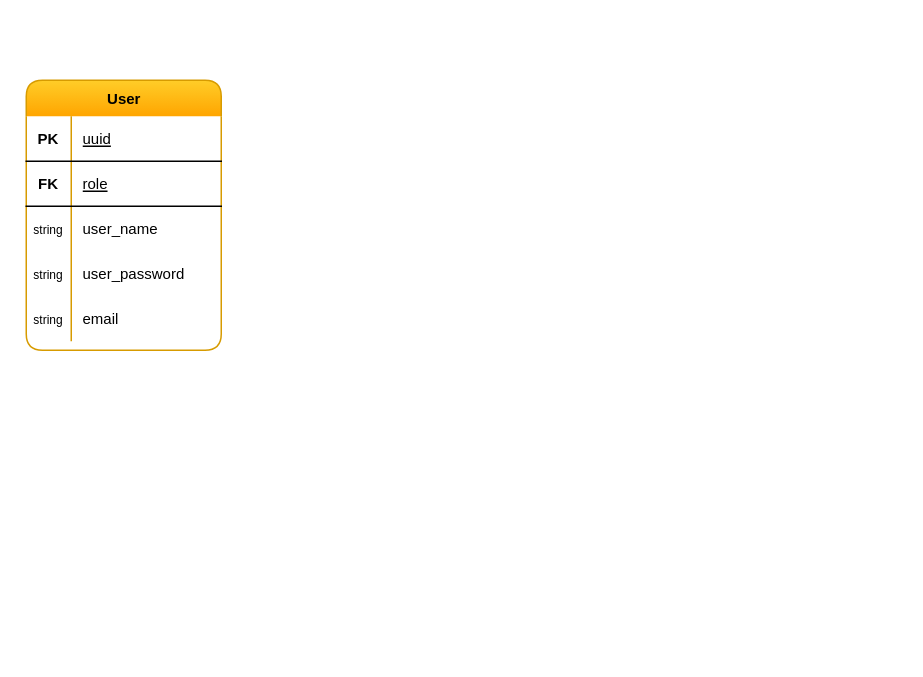
Above: diagrama-relaciones.drawio in danielCastaneda23/backend-prueba-tecnica (draw.io), before the change. Source tidied: cells renumbered, new cells numbered last; positions are measured from the earlier drawing's top-left corner, leaving out a move shared by most shapes. Both pictures are drawn from the tidied source at 150%, with x=0, y=0 at pixel (26, 80).
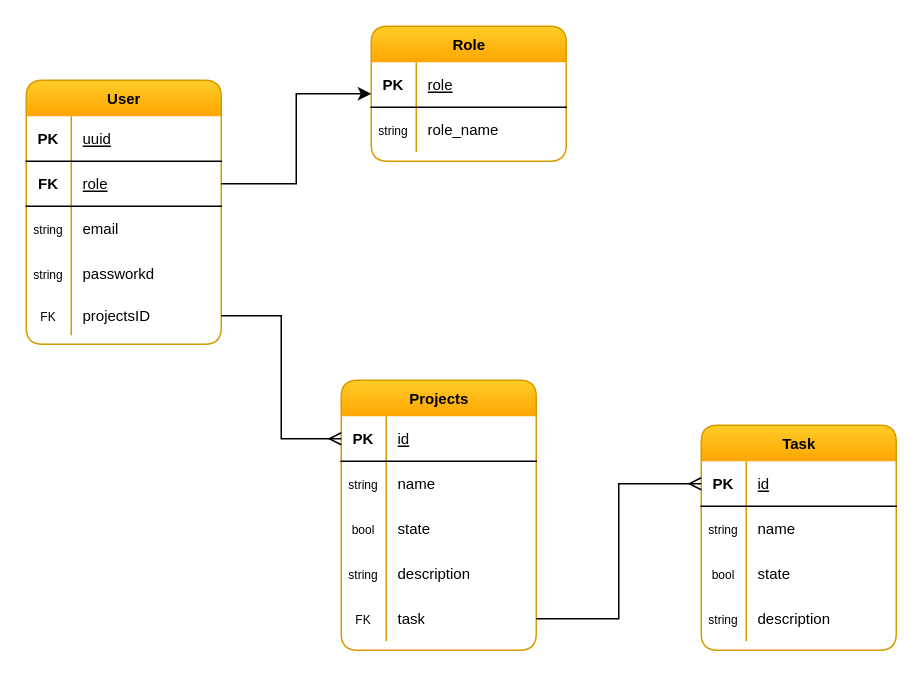
The same diagram, later.

Unchanged cells that the change refers to:
```xml
<mxCell id="6" style="shape=tableRow;horizontal=0;startSize=0;swimlaneHead=0;swimlaneBody=0;fillColor=none;points=[[0,0.5],[1,0.5]];portConstraint=eastwest;top=0;left=0;right=0;bottom=1;swimlaneLine=1;" parent="2" vertex="1">
  <mxGeometry y="54" width="130" height="30" as="geometry" />
</mxCell>
<mxCell id="9" style="shape=tableRow;horizontal=0;startSize=0;swimlaneHead=0;swimlaneBody=0;fillColor=none;top=0;left=0;right=0;bottom=0;swimlaneLine=1;" parent="2" vertex="1">
  <mxGeometry y="84" width="130" height="30" as="geometry" />
</mxCell>
<mxCell id="12" style="shape=tableRow;horizontal=0;startSize=0;swimlaneHead=0;swimlaneBody=0;fillColor=none;top=0;left=0;right=0;bottom=0;swimlaneLine=1;" parent="2" vertex="1">
  <mxGeometry y="114" width="130" height="30" as="geometry" />
</mxCell>
```

Diff of the diagram source:
```diff
@@
     <mxCell id="2" value="&lt;font style=&quot;font-size: 10px;&quot;&gt;User&lt;/font&gt;" style="shape=table;startSize=24;childLayout=tableLayout;rowLines=0;fontStyle=1;align=center;html=1;swimlaneLine=0;rounded=1;fillColor=#ffcd28;strokeColor=#d79b00;gradientColor=#ffa500;fillStyle=auto;shadow=0;" parent="1" vertex="1">
-      <mxGeometry width="130" height="180" as="geometry" />
+      <mxGeometry width="130" height="176" as="geometry" />
     </mxCell>
@@
-    <mxCell id="11" value="&lt;font style=&quot;font-size: 10px;&quot;&gt;user_name&lt;/font&gt;" style="shape=partialRectangle;fillColor=none;top=0;left=0;bottom=0;right=0;align=left;spacingLeft=6;overflow=hidden;whiteSpace=wrap;html=1;swimlaneLine=1;" parent="9" vertex="1">
+    <mxCell id="11" value="&lt;span style=&quot;font-size: 10px;&quot;&gt;email&lt;/span&gt;" style="shape=partialRectangle;fillColor=none;top=0;left=0;bottom=0;right=0;align=left;spacingLeft=6;overflow=hidden;whiteSpace=wrap;html=1;swimlaneLine=1;" parent="9" vertex="1">
       <mxGeometry x="30" width="100" height="30" as="geometry" />
     </mxCell>
@@
-    <mxCell id="14" value="&lt;font style=&quot;font-size: 10px;&quot;&gt;user_password&lt;/font&gt;" style="shape=partialRectangle;fillColor=none;top=0;left=0;bottom=0;right=0;align=left;spacingLeft=6;overflow=hidden;whiteSpace=wrap;html=1;swimlaneLine=1;shadow=0;strokeColor=default;" parent="12" vertex="1">
+    <mxCell id="14" value="&lt;font style=&quot;font-size: 10px;&quot;&gt;passworkd&lt;/font&gt;" style="shape=partialRectangle;fillColor=none;top=0;left=0;bottom=0;right=0;align=left;spacingLeft=6;overflow=hidden;whiteSpace=wrap;html=1;swimlaneLine=1;shadow=0;strokeColor=default;" parent="12" vertex="1">
       <mxGeometry x="30" width="100" height="30" as="geometry" />
     </mxCell>
     <mxCell id="15" style="shape=tableRow;horizontal=0;startSize=0;swimlaneHead=0;swimlaneBody=0;fillColor=none;points=[[0,0.5],[1,0.5]];portConstraint=eastwest;top=0;left=0;right=0;bottom=0;swimlaneLine=1;" parent="2" vertex="1">
-      <mxGeometry y="144" width="130" height="30" as="geometry" />
+      <mxGeometry y="144" width="130" height="26" as="geometry" />
     </mxCell>
-    <mxCell id="16" value="&lt;font style=&quot;font-size: 8px;&quot;&gt;string&lt;/font&gt;" style="shape=partialRectangle;fillColor=none;top=0;left=0;bottom=0;right=0;overflow=hidden;whiteSpace=wrap;html=1;swimlaneLine=1;" parent="15" vertex="1">
-      <mxGeometry width="30" height="30" as="geometry" />
+    <mxCell id="16" value="&lt;font style=&quot;font-size: 8px;&quot;&gt;FK&lt;/font&gt;" style="shape=partialRectangle;fillColor=none;top=0;left=0;bottom=0;right=0;overflow=hidden;whiteSpace=wrap;html=1;swimlaneLine=1;" parent="15" vertex="1">
+      <mxGeometry width="30" height="26" as="geometry" />
     </mxCell>
-    <mxCell id="17" value="&lt;font style=&quot;font-size: 10px;&quot;&gt;email&lt;/font&gt;" style="shape=partialRectangle;fillColor=none;top=0;left=0;bottom=0;right=0;align=left;spacingLeft=6;overflow=hidden;whiteSpace=wrap;html=1;swimlaneLine=1;shadow=0;strokeColor=default;" parent="15" vertex="1">
-      <mxGeometry x="30" width="100" height="30" as="geometry" />
+    <mxCell id="17" value="&lt;font style=&quot;font-size: 10px;&quot;&gt;projectsID&lt;/font&gt;" style="shape=partialRectangle;fillColor=none;top=0;left=0;bottom=0;right=0;align=left;spacingLeft=6;overflow=hidden;whiteSpace=wrap;html=1;swimlaneLine=1;shadow=0;strokeColor=default;" parent="15" vertex="1">
+      <mxGeometry x="30" width="100" height="26" as="geometry" />
     </mxCell>
+    <mxCell id="18" value="&lt;font style=&quot;font-size: 10px;&quot;&gt;Role&lt;/font&gt;" style="shape=table;startSize=24;childLayout=tableLayout;rowLines=0;fontStyle=1;align=center;html=1;swimlaneLine=0;rounded=1;fillColor=#ffcd28;strokeColor=#d79b00;gradientColor=#ffa500;fillStyle=auto;shadow=0;" parent="1" vertex="1">
+      <mxGeometry x="230" y="-36" width="130" height="90" as="geometry" />
+    </mxCell>
+    <mxCell id="19" style="shape=tableRow;horizontal=0;startSize=0;swimlaneHead=0;swimlaneBody=0;fillColor=none;top=0;left=0;right=0;bottom=1;swimlaneLine=1;" parent="18" vertex="1">
+      <mxGeometry y="24" width="130" height="30" as="geometry" />
+    </mxCell>
+    <mxCell id="20" value="&lt;font style=&quot;font-size: 10px;&quot;&gt;PK&lt;/font&gt;" style="shape=partialRectangle;fillColor=none;top=0;left=0;bottom=0;right=0;fontStyle=1;overflow=hidden;whiteSpace=wrap;html=1;swimlaneLine=1;" parent="19" vertex="1">
+      <mxGeometry width="30" height="30" as="geometry" />
+    </mxCell>
+    <mxCell id="21" value="&lt;span style=&quot;font-size: 10px; font-weight: normal;&quot;&gt;role&lt;/span&gt;" style="shape=partialRectangle;fillColor=none;top=0;left=0;bottom=0;right=0;align=left;spacingLeft=6;fontStyle=5;overflow=hidden;whiteSpace=wrap;html=1;swimlaneLine=1;" parent="19" vertex="1">
+      <mxGeometry x="30" width="100" height="30" as="geometry" />
+    </mxCell>
+    <mxCell id="22" style="shape=tableRow;horizontal=0;startSize=0;swimlaneHead=0;swimlaneBody=0;fillColor=none;top=0;left=0;right=0;bottom=0;swimlaneLine=1;" parent="18" vertex="1">
+      <mxGeometry y="54" width="130" height="30" as="geometry" />
+    </mxCell>
+    <mxCell id="23" value="&lt;font style=&quot;font-size: 8px;&quot;&gt;string&lt;/font&gt;" style="shape=partialRectangle;fillColor=none;top=0;left=0;bottom=0;right=0;overflow=hidden;whiteSpace=wrap;html=1;swimlaneLine=1;" parent="22" vertex="1">
+      <mxGeometry width="30" height="30" as="geometry" />
+    </mxCell>
+    <mxCell id="24" value="&lt;font style=&quot;font-size: 10px;&quot;&gt;role_name&lt;/font&gt;" style="shape=partialRectangle;fillColor=none;top=0;left=0;bottom=0;right=0;align=left;spacingLeft=6;overflow=hidden;whiteSpace=wrap;html=1;swimlaneLine=1;" parent="22" vertex="1">
+      <mxGeometry x="30" width="100" height="30" as="geometry" />
+    </mxCell>
+    <mxCell id="25" style="edgeStyle=orthogonalEdgeStyle;rounded=0;jettySize=auto;html=1;exitX=1;exitY=0.5;exitDx=0;exitDy=0;entryX=0;entryY=0.5;entryDx=0;entryDy=0;" parent="1" edge="1" source="6" target="18">
+      <mxGeometry relative="1" as="geometry" />
+    </mxCell>
+    <mxCell id="26" value="&lt;font style=&quot;font-size: 10px;&quot;&gt;Projects&lt;/font&gt;" style="shape=table;startSize=24;childLayout=tableLayout;rowLines=0;fontStyle=1;align=center;html=1;swimlaneLine=0;rounded=1;fillColor=#ffcd28;strokeColor=#d79b00;gradientColor=#ffa500;fillStyle=auto;shadow=0;" parent="1" vertex="1">
+      <mxGeometry x="210" y="200" width="130" height="180" as="geometry" />
+    </mxCell>
+    <mxCell id="27" style="shape=tableRow;horizontal=0;startSize=0;swimlaneHead=0;swimlaneBody=0;fillColor=none;points=[[0,0.5],[1,0.5]];portConstraint=eastwest;top=0;left=0;right=0;bottom=1;swimlaneLine=1;" parent="26" vertex="1">
+      <mxGeometry y="24" width="130" height="30" as="geometry" />
+    </mxCell>
+    <mxCell id="28" value="&lt;font style=&quot;font-size: 10px;&quot;&gt;PK&lt;/font&gt;" style="shape=partialRectangle;fillColor=none;top=0;left=0;bottom=0;right=0;fontStyle=1;overflow=hidden;whiteSpace=wrap;html=1;swimlaneLine=1;" parent="27" vertex="1">
+      <mxGeometry width="30" height="30" as="geometry" />
+    </mxCell>
+    <mxCell id="29" value="&lt;span style=&quot;font-size: 10px; font-weight: normal;&quot;&gt;id&lt;/span&gt;" style="shape=partialRectangle;fillColor=none;top=0;left=0;bottom=0;right=0;align=left;spacingLeft=6;fontStyle=5;overflow=hidden;whiteSpace=wrap;html=1;swimlaneLine=1;" parent="27" vertex="1">
+      <mxGeometry x="30" width="100" height="30" as="geometry" />
+    </mxCell>
+    <mxCell id="30" style="shape=tableRow;horizontal=0;startSize=0;swimlaneHead=0;swimlaneBody=0;fillColor=none;top=0;left=0;right=0;bottom=0;swimlaneLine=1;" parent="26" vertex="1">
+      <mxGeometry y="54" width="130" height="30" as="geometry" />
+    </mxCell>
+    <mxCell id="31" value="&lt;font style=&quot;font-size: 8px;&quot;&gt;string&lt;/font&gt;" style="shape=partialRectangle;fillColor=none;top=0;left=0;bottom=0;right=0;overflow=hidden;whiteSpace=wrap;html=1;swimlaneLine=1;" parent="30" vertex="1">
+      <mxGeometry width="30" height="30" as="geometry" />
+    </mxCell>
+    <mxCell id="32" value="&lt;span style=&quot;font-size: 10px;&quot;&gt;name&lt;/span&gt;" style="shape=partialRectangle;fillColor=none;top=0;left=0;bottom=0;right=0;align=left;spacingLeft=6;overflow=hidden;whiteSpace=wrap;html=1;swimlaneLine=1;" parent="30" vertex="1">
+      <mxGeometry x="30" width="100" height="30" as="geometry" />
+    </mxCell>
+    <mxCell id="33" style="shape=tableRow;horizontal=0;startSize=0;swimlaneHead=0;swimlaneBody=0;fillColor=none;top=0;left=0;right=0;bottom=0;swimlaneLine=1;" parent="26" vertex="1">
+      <mxGeometry y="84" width="130" height="30" as="geometry" />
+    </mxCell>
+    <mxCell id="34" value="&lt;font style=&quot;font-size: 8px;&quot;&gt;bool&lt;/font&gt;" style="shape=partialRectangle;fillColor=none;top=0;left=0;bottom=0;right=0;overflow=hidden;whiteSpace=wrap;html=1;swimlaneLine=1;" parent="33" vertex="1">
+      <mxGeometry width="30" height="30" as="geometry" />
+    </mxCell>
+    <mxCell id="35" value="&lt;span style=&quot;font-size: 10px;&quot;&gt;state&lt;/span&gt;" style="shape=partialRectangle;fillColor=none;top=0;left=0;bottom=0;right=0;align=left;spacingLeft=6;overflow=hidden;whiteSpace=wrap;html=1;swimlaneLine=1;" parent="33" vertex="1">
+      <mxGeometry x="30" width="100" height="30" as="geometry" />
+    </mxCell>
+    <mxCell id="36" style="shape=tableRow;horizontal=0;startSize=0;swimlaneHead=0;swimlaneBody=0;fillColor=none;top=0;left=0;right=0;bottom=0;swimlaneLine=1;" parent="26" vertex="1">
+      <mxGeometry y="114" width="130" height="30" as="geometry" />
+    </mxCell>
+    <mxCell id="37" value="&lt;font style=&quot;font-size: 8px;&quot;&gt;string&lt;/font&gt;" style="shape=partialRectangle;fillColor=none;top=0;left=0;bottom=0;right=0;overflow=hidden;whiteSpace=wrap;html=1;swimlaneLine=1;" parent="36" vertex="1">
+      <mxGeometry width="30" height="30" as="geometry" />
+    </mxCell>
+    <mxCell id="38" value="&lt;span style=&quot;font-size: 10px;&quot;&gt;description&lt;/span&gt;" style="shape=partialRectangle;fillColor=none;top=0;left=0;bottom=0;right=0;align=left;spacingLeft=6;overflow=hidden;whiteSpace=wrap;html=1;swimlaneLine=1;" parent="36" vertex="1">
+      <mxGeometry x="30" width="100" height="30" as="geometry" />
+    </mxCell>
+    <mxCell id="39" style="shape=tableRow;horizontal=0;startSize=0;swimlaneHead=0;swimlaneBody=0;fillColor=none;points=[[0,0.5],[1,0.5]];portConstraint=eastwest;top=0;left=0;right=0;bottom=0;swimlaneLine=1;" parent="26" vertex="1">
+      <mxGeometry y="144" width="130" height="30" as="geometry" />
+    </mxCell>
+    <mxCell id="40" value="&lt;font style=&quot;font-size: 8px;&quot;&gt;FK&lt;/font&gt;" style="shape=partialRectangle;fillColor=none;top=0;left=0;bottom=0;right=0;overflow=hidden;whiteSpace=wrap;html=1;swimlaneLine=1;" parent="39" vertex="1">
+      <mxGeometry width="30" height="30" as="geometry" />
+    </mxCell>
+    <mxCell id="41" value="&lt;span style=&quot;font-size: 10px;&quot;&gt;task&lt;/span&gt;" style="shape=partialRectangle;fillColor=none;top=0;left=0;bottom=0;right=0;align=left;spacingLeft=6;overflow=hidden;whiteSpace=wrap;html=1;swimlaneLine=1;" parent="39" vertex="1">
+      <mxGeometry x="30" width="100" height="30" as="geometry" />
+    </mxCell>
+    <mxCell id="42" style="edgeStyle=orthogonalEdgeStyle;rounded=0;jettySize=auto;html=1;exitX=1;exitY=0.5;exitDx=0;exitDy=0;entryX=0;entryY=0.5;entryDx=0;entryDy=0;endArrow=ERmany;endFill=0;" parent="1" edge="1" source="15" target="27">
+      <mxGeometry relative="1" as="geometry" />
+    </mxCell>
+    <mxCell id="43" value="&lt;font style=&quot;font-size: 10px;&quot;&gt;Task&lt;/font&gt;" style="shape=table;startSize=24;childLayout=tableLayout;rowLines=0;fontStyle=1;align=center;html=1;swimlaneLine=0;rounded=1;fillColor=#ffcd28;strokeColor=#d79b00;gradientColor=#ffa500;fillStyle=auto;shadow=0;" parent="1" vertex="1">
+      <mxGeometry x="450" y="230" width="130" height="150" as="geometry" />
+    </mxCell>
+    <mxCell id="44" style="shape=tableRow;horizontal=0;startSize=0;swimlaneHead=0;swimlaneBody=0;fillColor=none;points=[[0,0.5],[1,0.5]];portConstraint=eastwest;top=0;left=0;right=0;bottom=1;swimlaneLine=1;" parent="43" vertex="1">
+      <mxGeometry y="24" width="130" height="30" as="geometry" />
+    </mxCell>
+    <mxCell id="45" value="&lt;font style=&quot;font-size: 10px;&quot;&gt;PK&lt;/font&gt;" style="shape=partialRectangle;fillColor=none;top=0;left=0;bottom=0;right=0;fontStyle=1;overflow=hidden;whiteSpace=wrap;html=1;swimlaneLine=1;" parent="44" vertex="1">
+      <mxGeometry width="30" height="30" as="geometry" />
+    </mxCell>
+    <mxCell id="46" value="&lt;span style=&quot;font-size: 10px; font-weight: normal;&quot;&gt;id&lt;/span&gt;" style="shape=partialRectangle;fillColor=none;top=0;left=0;bottom=0;right=0;align=left;spacingLeft=6;fontStyle=5;overflow=hidden;whiteSpace=wrap;html=1;swimlaneLine=1;" parent="44" vertex="1">
+      <mxGeometry x="30" width="100" height="30" as="geometry" />
+    </mxCell>
+    <mxCell id="47" style="shape=tableRow;horizontal=0;startSize=0;swimlaneHead=0;swimlaneBody=0;fillColor=none;top=0;left=0;right=0;bottom=0;swimlaneLine=1;" parent="43" vertex="1">
+      <mxGeometry y="54" width="130" height="30" as="geometry" />
+    </mxCell>
+    <mxCell id="48" value="&lt;font style=&quot;font-size: 8px;&quot;&gt;string&lt;/font&gt;" style="shape=partialRectangle;fillColor=none;top=0;left=0;bottom=0;right=0;overflow=hidden;whiteSpace=wrap;html=1;swimlaneLine=1;" parent="47" vertex="1">
+      <mxGeometry width="30" height="30" as="geometry" />
+    </mxCell>
+    <mxCell id="49" value="&lt;span style=&quot;font-size: 10px;&quot;&gt;name&lt;/span&gt;" style="shape=partialRectangle;fillColor=none;top=0;left=0;bottom=0;right=0;align=left;spacingLeft=6;overflow=hidden;whiteSpace=wrap;html=1;swimlaneLine=1;" parent="47" vertex="1">
+      <mxGeometry x="30" width="100" height="30" as="geometry" />
+    </mxCell>
+    <mxCell id="50" style="shape=tableRow;horizontal=0;startSize=0;swimlaneHead=0;swimlaneBody=0;fillColor=none;top=0;left=0;right=0;bottom=0;swimlaneLine=1;" parent="43" vertex="1">
+      <mxGeometry y="84" width="130" height="30" as="geometry" />
+    </mxCell>
+    <mxCell id="51" value="&lt;font style=&quot;font-size: 8px;&quot;&gt;bool&lt;/font&gt;" style="shape=partialRectangle;fillColor=none;top=0;left=0;bottom=0;right=0;overflow=hidden;whiteSpace=wrap;html=1;swimlaneLine=1;" parent="50" vertex="1">
+      <mxGeometry width="30" height="30" as="geometry" />
+    </mxCell>
+    <mxCell id="52" value="&lt;span style=&quot;font-size: 10px;&quot;&gt;state&lt;/span&gt;" style="shape=partialRectangle;fillColor=none;top=0;left=0;bottom=0;right=0;align=left;spacingLeft=6;overflow=hidden;whiteSpace=wrap;html=1;swimlaneLine=1;" parent="50" vertex="1">
+      <mxGeometry x="30" width="100" height="30" as="geometry" />
+    </mxCell>
+    <mxCell id="53" style="shape=tableRow;horizontal=0;startSize=0;swimlaneHead=0;swimlaneBody=0;fillColor=none;top=0;left=0;right=0;bottom=0;swimlaneLine=1;" parent="43" vertex="1">
+      <mxGeometry y="114" width="130" height="30" as="geometry" />
+    </mxCell>
+    <mxCell id="54" value="&lt;font style=&quot;font-size: 8px;&quot;&gt;string&lt;/font&gt;" style="shape=partialRectangle;fillColor=none;top=0;left=0;bottom=0;right=0;overflow=hidden;whiteSpace=wrap;html=1;swimlaneLine=1;" parent="53" vertex="1">
+      <mxGeometry width="30" height="30" as="geometry" />
+    </mxCell>
+    <mxCell id="55" value="&lt;span style=&quot;font-size: 10px;&quot;&gt;description&lt;/span&gt;" style="shape=partialRectangle;fillColor=none;top=0;left=0;bottom=0;right=0;align=left;spacingLeft=6;overflow=hidden;whiteSpace=wrap;html=1;swimlaneLine=1;" parent="53" vertex="1">
+      <mxGeometry x="30" width="100" height="30" as="geometry" />
+    </mxCell>
+    <mxCell id="56" style="edgeStyle=orthogonalEdgeStyle;rounded=0;jettySize=auto;html=1;exitX=1;exitY=0.5;exitDx=0;exitDy=0;entryX=0;entryY=0.5;entryDx=0;entryDy=0;endArrow=ERmany;endFill=0;" parent="1" edge="1" source="39" target="44">
+      <mxGeometry relative="1" as="geometry" />
+    </mxCell>
```
